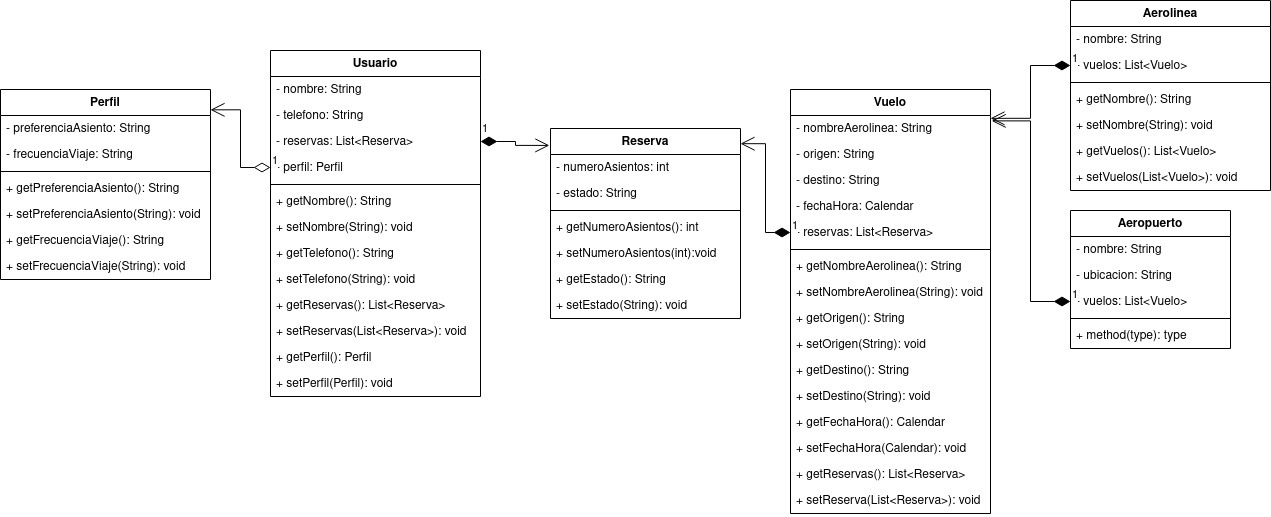
Before: ejercicio2/diagram/ejercicio2-maxi.png, a diagram exported from draw.io (mackstm/examen-ets). Source tidied: cells renumbered, new cells last; positions are measured from the earlier drawing's top-left corner, leaving out a move shared by most shapes.
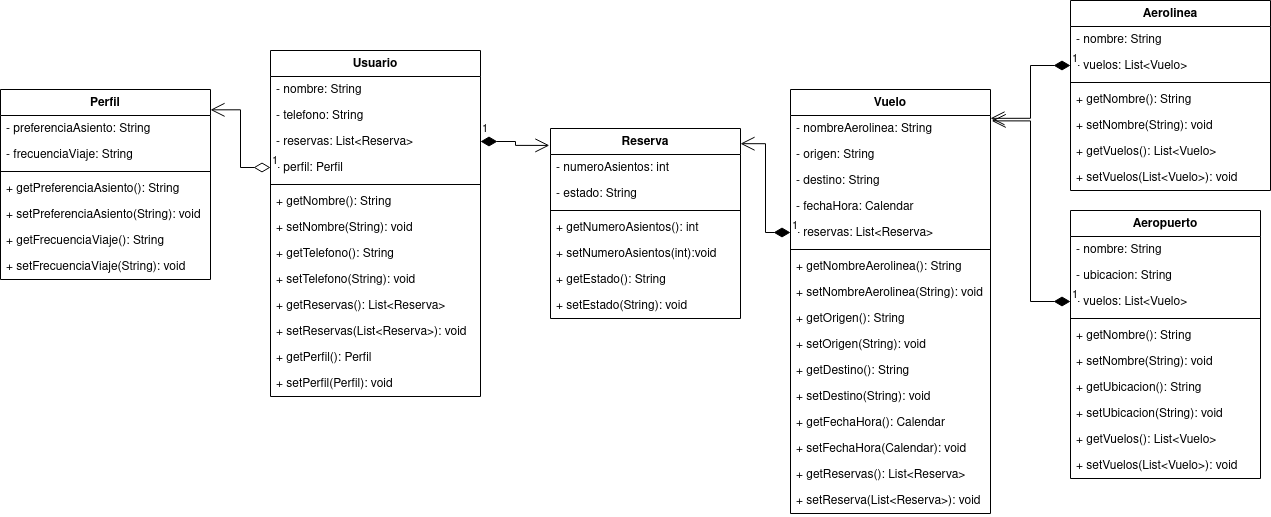
After the commit.

The edit, as a diff of the source:
```diff
@@ -144,23 +144,38 @@
       <mxGeometry y="164" width="200" height="26" as="geometry" />
     </mxCell>
     <mxCell id="49" value="Aeropuerto" style="swimlane;fontStyle=1;align=center;verticalAlign=top;horizontal=1;startSize=26;whiteSpace=wrap;html=1;" parent="1" vertex="1">
-      <mxGeometry x="1070" y="210" width="160" height="138" as="geometry" />
+      <mxGeometry x="1070" y="210" width="190" height="268" as="geometry" />
     </mxCell>
     <mxCell id="50" value="- nombre: String" style="text;strokeColor=none;fillColor=none;align=left;verticalAlign=top;spacingLeft=4;spacingRight=4;overflow=hidden;whiteSpace=wrap;html=1;" parent="49" vertex="1">
-      <mxGeometry y="26" width="160" height="26" as="geometry" />
+      <mxGeometry y="26" width="190" height="26" as="geometry" />
     </mxCell>
     <mxCell id="51" value="- ubicacion: String" style="text;strokeColor=none;fillColor=none;align=left;verticalAlign=top;spacingLeft=4;spacingRight=4;overflow=hidden;whiteSpace=wrap;html=1;" parent="49" vertex="1">
-      <mxGeometry y="52" width="160" height="26" as="geometry" />
+      <mxGeometry y="52" width="190" height="26" as="geometry" />
     </mxCell>
     <mxCell id="52" value="- vuelos: List&amp;lt;Vuelo&amp;gt;" style="text;strokeColor=none;fillColor=none;align=left;verticalAlign=top;spacingLeft=4;spacingRight=4;overflow=hidden;points=[[0,0.5],[1,0.5]];portConstraint=eastwest;whiteSpace=wrap;html=1;" parent="49" vertex="1">
-      <mxGeometry y="78" width="160" height="26" as="geometry" />
+      <mxGeometry y="78" width="190" height="26" as="geometry" />
     </mxCell>
     <mxCell id="53" style="line;strokeWidth=1;fillColor=none;align=left;verticalAlign=middle;spacingTop=-1;spacingLeft=3;spacingRight=3;labelPosition=right;strokeColor=inherit;" parent="49" vertex="1">
-      <mxGeometry y="104" width="160" height="8" as="geometry" />
+      <mxGeometry y="104" width="190" height="8" as="geometry" />
     </mxCell>
-    <mxCell id="54" value="+ method(type): type" style="text;strokeColor=none;fillColor=none;align=left;verticalAlign=top;spacingLeft=4;spacingRight=4;overflow=hidden;whiteSpace=wrap;html=1;" parent="49" vertex="1">
-      <mxGeometry y="112" width="160" height="26" as="geometry" />
-    </mxCell>
+    <mxCell id="68" value="+ getNombre(): String" style="text;strokeColor=none;fillColor=none;align=left;verticalAlign=top;spacingLeft=4;spacingRight=4;overflow=hidden;whiteSpace=wrap;html=1;" parent="49" vertex="1">
+      <mxGeometry y="112" width="190" height="26" as="geometry" />
+    </mxCell>
+    <mxCell id="69" value="+ setNombre(String): void" style="text;strokeColor=none;fillColor=none;align=left;verticalAlign=top;spacingLeft=4;spacingRight=4;overflow=hidden;whiteSpace=wrap;html=1;" parent="49" vertex="1">
+      <mxGeometry y="138" width="190" height="26" as="geometry" />
+    </mxCell>
+    <mxCell id="70" value="+ getUbicacion(): String" style="text;strokeColor=none;fillColor=none;align=left;verticalAlign=top;spacingLeft=4;spacingRight=4;overflow=hidden;whiteSpace=wrap;html=1;" parent="49" vertex="1">
+      <mxGeometry y="164" width="190" height="26" as="geometry" />
+    </mxCell>
+    <mxCell id="71" value="+ setUbicacion(String): void" style="text;strokeColor=none;fillColor=none;align=left;verticalAlign=top;spacingLeft=4;spacingRight=4;overflow=hidden;whiteSpace=wrap;html=1;" parent="49" vertex="1">
+      <mxGeometry y="190" width="190" height="26" as="geometry" />
+    </mxCell>
+    <mxCell id="72" value="+ getVuelos(): List&amp;lt;Vuelo&amp;gt;" style="text;strokeColor=none;fillColor=none;align=left;verticalAlign=top;spacingLeft=4;spacingRight=4;overflow=hidden;whiteSpace=wrap;html=1;" parent="49" vertex="1">
+      <mxGeometry y="216" width="190" height="26" as="geometry" />
+    </mxCell>
+    <mxCell id="73" value="+ setVuelos(List&amp;lt;Vuelo&amp;gt;): void" style="text;strokeColor=none;fillColor=none;align=left;verticalAlign=top;spacingLeft=4;spacingRight=4;overflow=hidden;whiteSpace=wrap;html=1;" parent="49" vertex="1">
+      <mxGeometry y="242" width="190" height="26" as="geometry" />
+    </mxCell>
     <mxCell id="55" value="Perfil" style="swimlane;fontStyle=1;align=center;verticalAlign=top;horizontal=1;startSize=26;whiteSpace=wrap;html=1;" parent="1" vertex="1">
       <mxGeometry y="89" width="210" height="190" as="geometry" />
     </mxCell>
```
